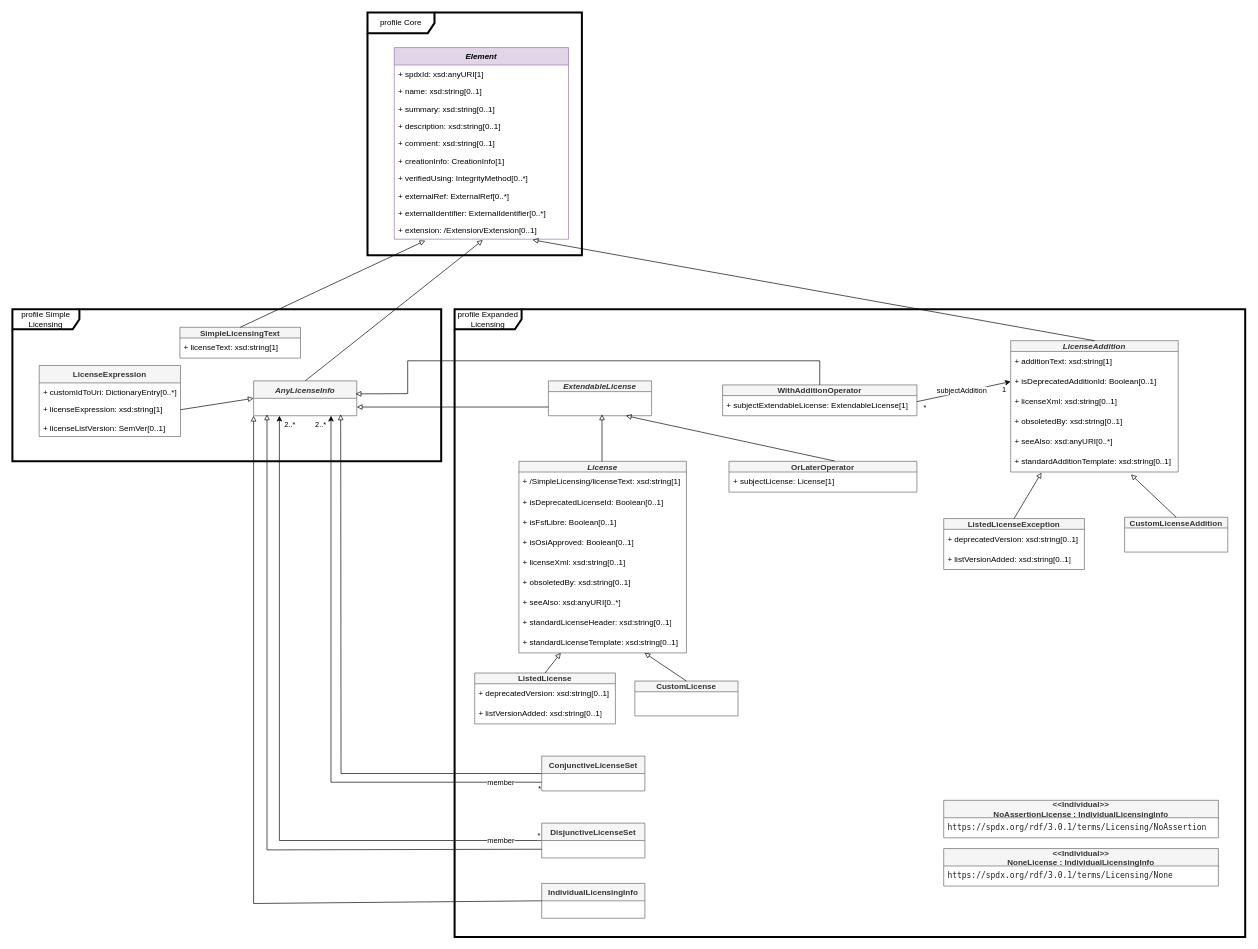
spdx/spdx-3-model keeps this draw.io diagram as page "Licensing" (5 of 11) of model.drawio. Above is the earlier version. Source tidied: cells renumbered, new cells numbered last; positions are measured from the earlier drawing's top-left corner, leaving out a move shared by most shapes. Both pictures are drawn from the tidied source at 67%, with x=0, y=0 at pixel (12, 12).
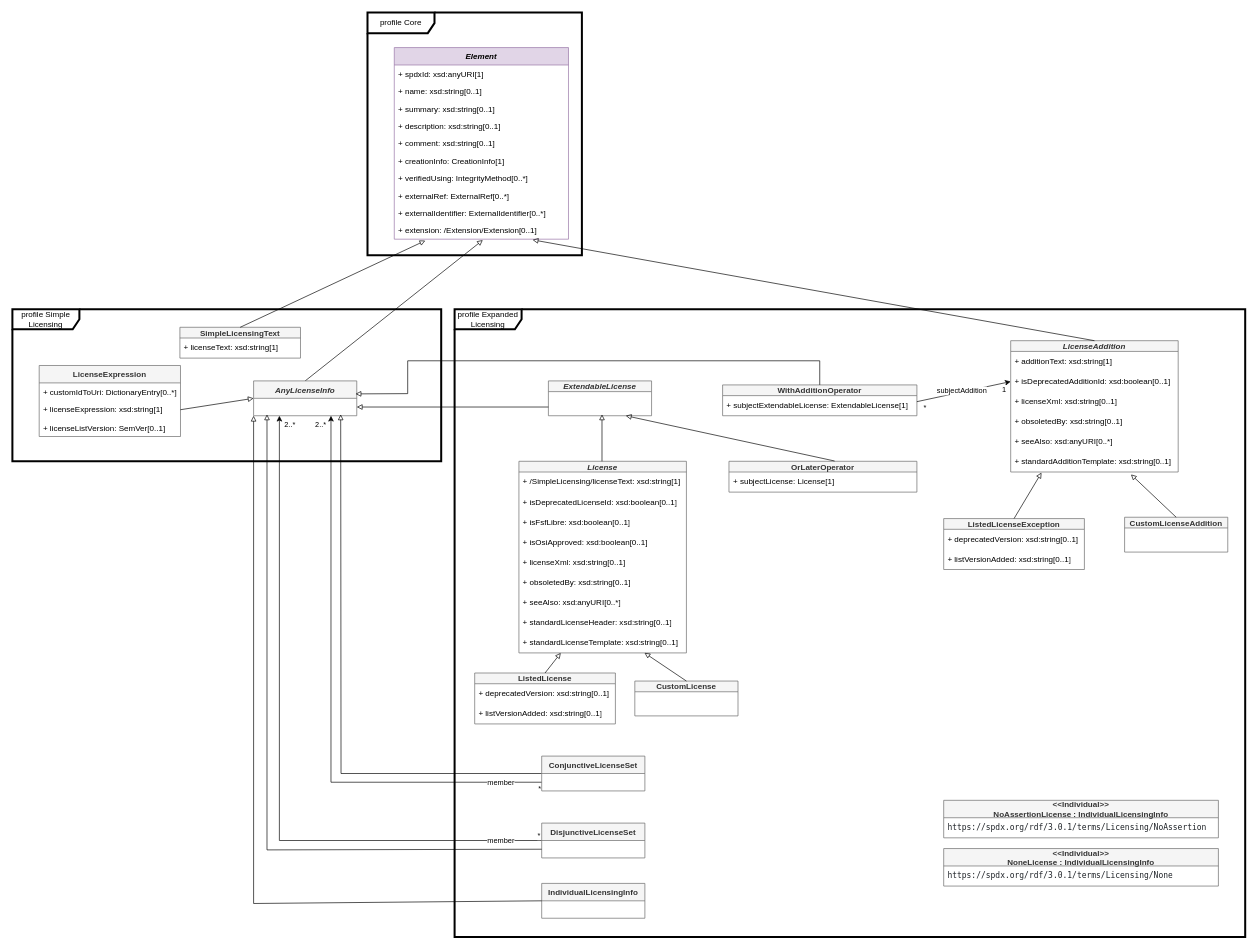
The same diagram, later.

Commit message (it also covers changes not shown here):
Add xsd: prefixes to boolean and integer types

The change refers to these unchanged cells:
```xml
<mxCell id="34" value="License" style="swimlane;fontStyle=3;horizontal=1;startSize=16;fillColor=#f5f5f5;strokeColor=#666666;fontColor=#333333;" parent="1" vertex="1">
  <mxGeometry x="756" y="670" width="250" height="286" as="geometry" />
</mxCell>
<mxCell id="48" value="LicenseAddition" style="swimlane;fontStyle=3;horizontal=1;startSize=16;fillColor=#f5f5f5;strokeColor=#666666;fontColor=#333333;" parent="1" vertex="1">
  <mxGeometry x="1490" y="490" width="250" height="196" as="geometry" />
</mxCell>
```

Change to the diagram source:
```diff
@@
-    <mxCell id="36" value="+ isDeprecatedLicenseId: Boolean[0..1]" style="text;strokeColor=none;fillColor=none;align=left;verticalAlign=middle;spacingLeft=4;spacingRight=4;overflow=hidden;whiteSpace=wrap;html=1;" parent="34" vertex="1">
+    <mxCell id="36" value="+ isDeprecatedLicenseId: xsd:boolean[0..1]" style="text;strokeColor=none;fillColor=none;align=left;verticalAlign=middle;spacingLeft=4;spacingRight=4;overflow=hidden;whiteSpace=wrap;html=1;" parent="34" vertex="1">
       <mxGeometry y="46" width="250" height="30" as="geometry" />
     </mxCell>
-    <mxCell id="37" value="+ isFsfLibre: Boolean[0..1]" style="text;strokeColor=none;fillColor=none;align=left;verticalAlign=middle;spacingLeft=4;spacingRight=4;overflow=hidden;whiteSpace=wrap;html=1;" parent="34" vertex="1">
+    <mxCell id="37" value="+ isFsfLibre: xsd:boolean[0..1]" style="text;strokeColor=none;fillColor=none;align=left;verticalAlign=middle;spacingLeft=4;spacingRight=4;overflow=hidden;whiteSpace=wrap;html=1;" parent="34" vertex="1">
       <mxGeometry y="76" width="250" height="30" as="geometry" />
     </mxCell>
-    <mxCell id="38" value="+ isOsiApproved: Boolean[0..1]" style="text;strokeColor=none;fillColor=none;align=left;verticalAlign=middle;spacingLeft=4;spacingRight=4;overflow=hidden;whiteSpace=wrap;html=1;" parent="34" vertex="1">
+    <mxCell id="38" value="+ isOsiApproved: xsd:boolean[0..1]" style="text;strokeColor=none;fillColor=none;align=left;verticalAlign=middle;spacingLeft=4;spacingRight=4;overflow=hidden;whiteSpace=wrap;html=1;" parent="34" vertex="1">
       <mxGeometry y="106" width="250" height="30" as="geometry" />
     </mxCell>
@@
-    <mxCell id="50" value="+ isDeprecatedAdditionId: Boolean[0..1]" style="text;strokeColor=none;fillColor=none;align=left;verticalAlign=middle;spacingLeft=4;spacingRight=4;overflow=hidden;points=[[0,0.5],[1,0.5]];portConstraint=eastwest;whiteSpace=wrap;html=1;" parent="48" vertex="1">
+    <mxCell id="50" value="+ isDeprecatedAdditionId: xsd:boolean[0..1]" style="text;strokeColor=none;fillColor=none;align=left;verticalAlign=middle;spacingLeft=4;spacingRight=4;overflow=hidden;points=[[0,0.5],[1,0.5]];portConstraint=eastwest;whiteSpace=wrap;html=1;" parent="48" vertex="1">
       <mxGeometry y="46" width="250" height="30" as="geometry" />
     </mxCell>
```
